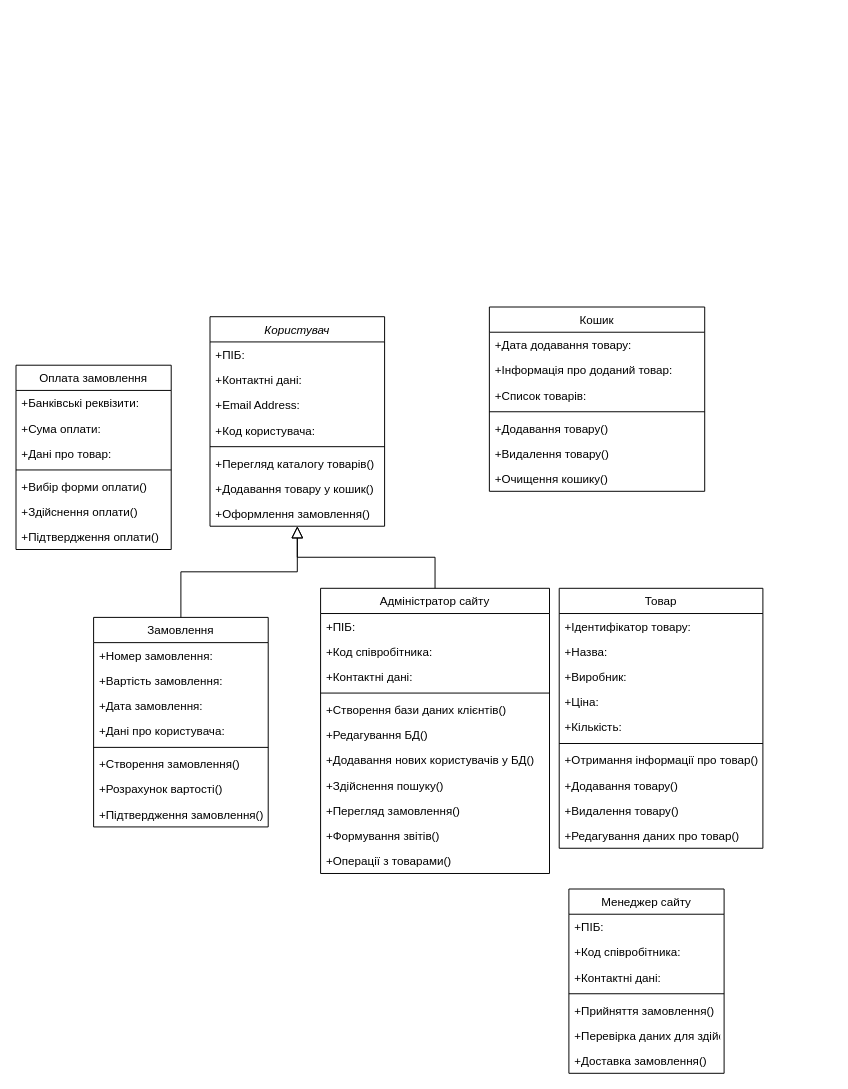
Above: Untitled Diagram.drawio in Yulia1204/git (draw.io), before the change. Source tidied: cells renumbered, new cells numbered last; positions are measured from the earlier drawing's top-left corner, leaving out a move shared by most shapes. Both pictures are drawn from the tidied source at 97%, with x=0, y=0 at pixel (16, 307).
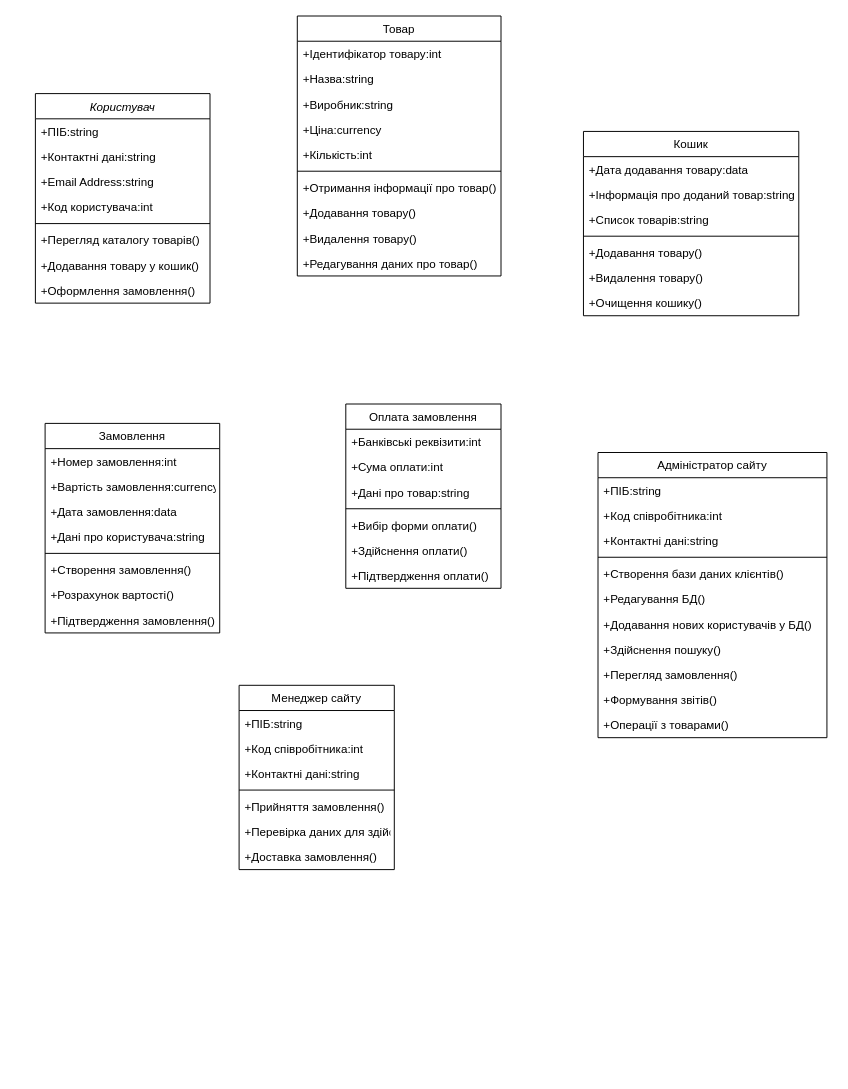
After the change.

Diff of the diagram source:
```diff
@@
     <mxCell id="2" value="Користувач" style="swimlane;fontStyle=2;align=center;verticalAlign=top;horizontal=1;startSize=26;rounded=0;shadow=0;strokeWidth=1;" parent="1" vertex="1">
-      <mxGeometry x="200" y="10" width="180" height="216" as="geometry" />
+      <mxGeometry x="20" y="-220" width="180" height="216" as="geometry" />
     </mxCell>
-    <mxCell id="3" value="+ПІБ:" style="text;align=left;verticalAlign=top;spacingLeft=4;spacingRight=4;overflow=hidden;" parent="2" vertex="1">
+    <mxCell id="3" value="+ПІБ:string" style="text;align=left;verticalAlign=top;spacingLeft=4;spacingRight=4;overflow=hidden;" parent="2" vertex="1">
       <mxGeometry y="26" width="180" height="26" as="geometry" />
     </mxCell>
-    <mxCell id="4" value="+Контактні дані:" style="text;align=left;verticalAlign=top;spacingLeft=4;spacingRight=4;overflow=hidden;rounded=0;shadow=0;html=0;" parent="2" vertex="1">
+    <mxCell id="4" value="+Контактні дані:string" style="text;align=left;verticalAlign=top;spacingLeft=4;spacingRight=4;overflow=hidden;rounded=0;shadow=0;html=0;" parent="2" vertex="1">
       <mxGeometry y="52" width="180" height="26" as="geometry" />
     </mxCell>
-    <mxCell id="5" value="+Email Address:" style="text;align=left;verticalAlign=top;spacingLeft=4;spacingRight=4;overflow=hidden;rounded=0;shadow=0;html=0;" parent="2" vertex="1">
+    <mxCell id="5" value="+Email Address:string" style="text;align=left;verticalAlign=top;spacingLeft=4;spacingRight=4;overflow=hidden;rounded=0;shadow=0;html=0;" parent="2" vertex="1">
       <mxGeometry y="78" width="180" height="26" as="geometry" />
     </mxCell>
-    <mxCell id="6" value="+Код користувача:" style="text;align=left;verticalAlign=top;spacingLeft=4;spacingRight=4;overflow=hidden;" parent="2" vertex="1">
+    <mxCell id="6" value="+Код користувача:int" style="text;align=left;verticalAlign=top;spacingLeft=4;spacingRight=4;overflow=hidden;" parent="2" vertex="1">
       <mxGeometry y="104" width="180" height="26" as="geometry" />
     </mxCell>
@@
     <mxCell id="11" value="Замовлення" style="swimlane;fontStyle=0;align=center;verticalAlign=top;horizontal=1;startSize=26;rounded=0;shadow=0;strokeWidth=1;" parent="1" vertex="1">
-      <mxGeometry x="80" y="320" width="180" height="216" as="geometry" />
+      <mxGeometry x="30" y="120" width="180" height="216" as="geometry" />
     </mxCell>
-    <mxCell id="12" value="+Номер замовлення:" style="text;align=left;verticalAlign=top;spacingLeft=4;spacingRight=4;overflow=hidden;" parent="11" vertex="1">
+    <mxCell id="12" value="+Номер замовлення:int" style="text;align=left;verticalAlign=top;spacingLeft=4;spacingRight=4;overflow=hidden;" parent="11" vertex="1">
       <mxGeometry y="26" width="180" height="26" as="geometry" />
     </mxCell>
-    <mxCell id="13" value="+Вартість замовлення:" style="text;align=left;verticalAlign=top;spacingLeft=4;spacingRight=4;overflow=hidden;rounded=0;shadow=0;html=0;" parent="11" vertex="1">
+    <mxCell id="13" value="+Вартість замовлення:currency" style="text;align=left;verticalAlign=top;spacingLeft=4;spacingRight=4;overflow=hidden;rounded=0;shadow=0;html=0;" parent="11" vertex="1">
       <mxGeometry y="52" width="180" height="26" as="geometry" />
     </mxCell>
-    <mxCell id="14" value="+Дата замовлення:" style="text;align=left;verticalAlign=top;spacingLeft=4;spacingRight=4;overflow=hidden;" parent="11" vertex="1">
+    <mxCell id="14" value="+Дата замовлення:data" style="text;align=left;verticalAlign=top;spacingLeft=4;spacingRight=4;overflow=hidden;" parent="11" vertex="1">
       <mxGeometry y="78" width="180" height="26" as="geometry" />
     </mxCell>
-    <mxCell id="15" value="+Дані про користувача:" style="text;align=left;verticalAlign=top;spacingLeft=4;spacingRight=4;overflow=hidden;" parent="11" vertex="1">
+    <mxCell id="15" value="+Дані про користувача:string" style="text;align=left;verticalAlign=top;spacingLeft=4;spacingRight=4;overflow=hidden;" parent="11" vertex="1">
       <mxGeometry y="104" width="180" height="26" as="geometry" />
     </mxCell>
@@
-    <mxCell id="20" style="endArrow=block;endSize=10;endFill=0;shadow=0;strokeWidth=1;rounded=0;edgeStyle=elbowEdgeStyle;elbow=vertical;" parent="1" edge="1" source="11" target="2">
-      <mxGeometry relative="1" as="geometry" />
-    </mxCell>
     <mxCell id="21" value="Адміністратор сайту" style="swimlane;fontStyle=0;align=center;verticalAlign=top;horizontal=1;startSize=26;rounded=0;shadow=0;strokeWidth=1;" parent="1" vertex="1">
-      <mxGeometry x="314" y="290" width="236" height="294" as="geometry" />
+      <mxGeometry x="600" y="150" width="236" height="294" as="geometry" />
     </mxCell>
-    <mxCell id="22" value="+ПІБ:" style="text;align=left;verticalAlign=top;spacingLeft=4;spacingRight=4;overflow=hidden;" parent="21" vertex="1">
+    <mxCell id="22" value="+ПІБ:string" style="text;align=left;verticalAlign=top;spacingLeft=4;spacingRight=4;overflow=hidden;" parent="21" vertex="1">
       <mxGeometry y="26" width="236" height="26" as="geometry" />
     </mxCell>
-    <mxCell id="23" value="+Код співробітника:" style="text;align=left;verticalAlign=top;spacingLeft=4;spacingRight=4;overflow=hidden;" parent="21" vertex="1">
+    <mxCell id="23" value="+Код співробітника:int" style="text;align=left;verticalAlign=top;spacingLeft=4;spacingRight=4;overflow=hidden;" parent="21" vertex="1">
       <mxGeometry y="52" width="236" height="26" as="geometry" />
     </mxCell>
-    <mxCell id="24" value="+Контактні дані:" style="text;align=left;verticalAlign=top;spacingLeft=4;spacingRight=4;overflow=hidden;" parent="21" vertex="1">
+    <mxCell id="24" value="+Контактні дані:string" style="text;align=left;verticalAlign=top;spacingLeft=4;spacingRight=4;overflow=hidden;" parent="21" vertex="1">
       <mxGeometry y="78" width="236" height="26" as="geometry" />
     </mxCell>
@@
-    <mxCell id="33" style="endArrow=block;endSize=10;endFill=0;shadow=0;strokeWidth=1;rounded=0;edgeStyle=elbowEdgeStyle;elbow=vertical;" parent="1" edge="1" source="21" target="2">
-      <mxGeometry relative="1" as="geometry" />
-    </mxCell>
     <mxCell id="34" value="Кошик" style="swimlane;fontStyle=0;align=center;verticalAlign=top;horizontal=1;startSize=26;rounded=0;shadow=0;strokeWidth=1;" parent="1" vertex="1">
-      <mxGeometry x="488" width="222" height="190" as="geometry" />
+      <mxGeometry x="585" y="-181" width="222" height="190" as="geometry" />
     </mxCell>
-    <mxCell id="35" value="+Дата додавання товару:" style="text;align=left;verticalAlign=top;spacingLeft=4;spacingRight=4;overflow=hidden;" parent="34" vertex="1">
+    <mxCell id="35" value="+Дата додавання товару:data" style="text;align=left;verticalAlign=top;spacingLeft=4;spacingRight=4;overflow=hidden;" parent="34" vertex="1">
       <mxGeometry y="26" width="222" height="26" as="geometry" />
     </mxCell>
-    <mxCell id="36" value="+Інформація про доданий товар:" style="text;align=left;verticalAlign=top;spacingLeft=4;spacingRight=4;overflow=hidden;rounded=0;shadow=0;html=0;" parent="34" vertex="1">
+    <mxCell id="36" value="+Інформація про доданий товар:string" style="text;align=left;verticalAlign=top;spacingLeft=4;spacingRight=4;overflow=hidden;rounded=0;shadow=0;html=0;" parent="34" vertex="1">
       <mxGeometry y="52" width="222" height="26" as="geometry" />
     </mxCell>
-    <mxCell id="37" value="+Список товарів:" style="text;align=left;verticalAlign=top;spacingLeft=4;spacingRight=4;overflow=hidden;rounded=0;shadow=0;html=0;" parent="34" vertex="1">
+    <mxCell id="37" value="+Список товарів:string" style="text;align=left;verticalAlign=top;spacingLeft=4;spacingRight=4;overflow=hidden;rounded=0;shadow=0;html=0;" parent="34" vertex="1">
       <mxGeometry y="78" width="222" height="26" as="geometry" />
     </mxCell>
@@
     <mxCell id="42" value="Товар" style="swimlane;fontStyle=0;align=center;verticalAlign=top;horizontal=1;startSize=26;rounded=0;shadow=0;strokeWidth=1;" parent="1" vertex="1">
-      <mxGeometry x="560" y="290" width="210" height="268" as="geometry" />
+      <mxGeometry x="290" y="-300" width="210" height="268" as="geometry" />
     </mxCell>
-    <mxCell id="43" value="+Ідентифікатор товару:" style="text;align=left;verticalAlign=top;spacingLeft=4;spacingRight=4;overflow=hidden;" parent="42" vertex="1">
+    <mxCell id="43" value="+Ідентифікатор товару:int" style="text;align=left;verticalAlign=top;spacingLeft=4;spacingRight=4;overflow=hidden;" parent="42" vertex="1">
       <mxGeometry y="26" width="210" height="26" as="geometry" />
     </mxCell>
-    <mxCell id="44" value="+Назва:" style="text;align=left;verticalAlign=top;spacingLeft=4;spacingRight=4;overflow=hidden;rounded=0;shadow=0;html=0;" parent="42" vertex="1">
+    <mxCell id="44" value="+Назва:string" style="text;align=left;verticalAlign=top;spacingLeft=4;spacingRight=4;overflow=hidden;rounded=0;shadow=0;html=0;" parent="42" vertex="1">
       <mxGeometry y="52" width="210" height="26" as="geometry" />
     </mxCell>
-    <mxCell id="45" value="+Виробник:" style="text;align=left;verticalAlign=top;spacingLeft=4;spacingRight=4;overflow=hidden;rounded=0;shadow=0;html=0;" parent="42" vertex="1">
+    <mxCell id="45" value="+Виробник:string" style="text;align=left;verticalAlign=top;spacingLeft=4;spacingRight=4;overflow=hidden;rounded=0;shadow=0;html=0;" parent="42" vertex="1">
       <mxGeometry y="78" width="210" height="26" as="geometry" />
     </mxCell>
-    <mxCell id="46" value="+Ціна:" style="text;align=left;verticalAlign=top;spacingLeft=4;spacingRight=4;overflow=hidden;rounded=0;shadow=0;html=0;" parent="42" vertex="1">
+    <mxCell id="46" value="+Ціна:currency" style="text;align=left;verticalAlign=top;spacingLeft=4;spacingRight=4;overflow=hidden;rounded=0;shadow=0;html=0;" parent="42" vertex="1">
       <mxGeometry y="104" width="210" height="26" as="geometry" />
     </mxCell>
-    <mxCell id="47" value="+Кількість:" style="text;align=left;verticalAlign=top;spacingLeft=4;spacingRight=4;overflow=hidden;rounded=0;shadow=0;html=0;" parent="42" vertex="1">
+    <mxCell id="47" value="+Кількість:int" style="text;align=left;verticalAlign=top;spacingLeft=4;spacingRight=4;overflow=hidden;rounded=0;shadow=0;html=0;" parent="42" vertex="1">
       <mxGeometry y="130" width="210" height="26" as="geometry" />
     </mxCell>
@@
     <mxCell id="53" value="Менеджер сайту" style="swimlane;fontStyle=0;align=center;verticalAlign=top;horizontal=1;startSize=26;rounded=0;shadow=0;strokeWidth=1;" parent="1" vertex="1">
-      <mxGeometry x="570" y="600" width="160" height="190" as="geometry" />
+      <mxGeometry x="230" y="390" width="160" height="190" as="geometry" />
     </mxCell>
-    <mxCell id="54" value="+ПІБ:" style="text;align=left;verticalAlign=top;spacingLeft=4;spacingRight=4;overflow=hidden;" parent="53" vertex="1">
+    <mxCell id="54" value="+ПІБ:string" style="text;align=left;verticalAlign=top;spacingLeft=4;spacingRight=4;overflow=hidden;" parent="53" vertex="1">
       <mxGeometry y="26" width="160" height="26" as="geometry" />
     </mxCell>
-    <mxCell id="55" value="+Код співробітника:" style="text;align=left;verticalAlign=top;spacingLeft=4;spacingRight=4;overflow=hidden;rounded=0;shadow=0;html=0;" parent="53" vertex="1">
+    <mxCell id="55" value="+Код співробітника:int" style="text;align=left;verticalAlign=top;spacingLeft=4;spacingRight=4;overflow=hidden;rounded=0;shadow=0;html=0;" parent="53" vertex="1">
       <mxGeometry y="52" width="160" height="26" as="geometry" />
     </mxCell>
-    <mxCell id="56" value="+Контактні дані:" style="text;align=left;verticalAlign=top;spacingLeft=4;spacingRight=4;overflow=hidden;fontStyle=0;" parent="53" vertex="1">
+    <mxCell id="56" value="+Контактні дані:string" style="text;align=left;verticalAlign=top;spacingLeft=4;spacingRight=4;overflow=hidden;fontStyle=0;" parent="53" vertex="1">
       <mxGeometry y="78" width="160" height="26" as="geometry" />
     </mxCell>
@@
     <mxCell id="61" value="Оплата замовлення" style="swimlane;fontStyle=0;align=center;verticalAlign=top;horizontal=1;startSize=26;rounded=0;shadow=0;strokeWidth=1;" parent="1" vertex="1">
-      <mxGeometry y="60" width="160" height="190" as="geometry" />
+      <mxGeometry x="340" y="100" width="160" height="190" as="geometry" />
     </mxCell>
-    <mxCell id="62" value="+Банківські реквізити:" style="text;align=left;verticalAlign=top;spacingLeft=4;spacingRight=4;overflow=hidden;" parent="61" vertex="1">
+    <mxCell id="62" value="+Банківські реквізити:int" style="text;align=left;verticalAlign=top;spacingLeft=4;spacingRight=4;overflow=hidden;" parent="61" vertex="1">
       <mxGeometry y="26" width="160" height="26" as="geometry" />
     </mxCell>
-    <mxCell id="63" value="+Сума оплати:" style="text;align=left;verticalAlign=top;spacingLeft=4;spacingRight=4;overflow=hidden;rounded=0;shadow=0;html=0;" parent="61" vertex="1">
+    <mxCell id="63" value="+Сума оплати:int" style="text;align=left;verticalAlign=top;spacingLeft=4;spacingRight=4;overflow=hidden;rounded=0;shadow=0;html=0;" parent="61" vertex="1">
       <mxGeometry y="52" width="160" height="26" as="geometry" />
     </mxCell>
-    <mxCell id="64" value="+Дані про товар:" style="text;align=left;verticalAlign=top;spacingLeft=4;spacingRight=4;overflow=hidden;rounded=0;shadow=0;html=0;" parent="61" vertex="1">
+    <mxCell id="64" value="+Дані про товар:string" style="text;align=left;verticalAlign=top;spacingLeft=4;spacingRight=4;overflow=hidden;rounded=0;shadow=0;html=0;" parent="61" vertex="1">
       <mxGeometry y="78" width="160" height="26" as="geometry" />
     </mxCell>
```
